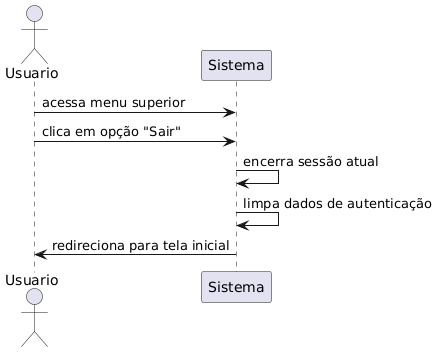
Euderlan/G4_CONSULTA_DOCUMENTOS keeps this PlantUML diagram as Diagramas/Sequência/Sequência - logout.png. Above is the earlier version. The source it was exported from:
```plantuml
@startuml
actor Usuario
participant "Sistema" as Sistema

Usuario -> Sistema : acessa menu superior
Usuario -> Sistema : clica em opção "Sair"
Sistema -> Sistema : encerra sessão atual
Sistema -> Sistema : limpa dados de autenticação
Sistema -> Usuario : redireciona para tela inicial
@enduml
```
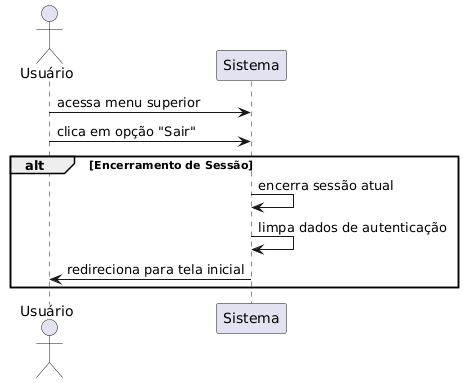
Above is the later version.

The edit, as a diff of the source:
```diff
@@ -1,10 +1,16 @@
 @startuml
-actor Usuario
-participant "Sistema" as Sistema
+actor Usuário
+participant Sistema
 
-Usuario -> Sistema : acessa menu superior
-Usuario -> Sistema : clica em opção "Sair"
-Sistema -> Sistema : encerra sessão atual
-Sistema -> Sistema : limpa dados de autenticação
-Sistema -> Usuario : redireciona para tela inicial
+Usuário -> Sistema: acessa menu superior
+Usuário -> Sistema: clica em opção "Sair"
+
+alt Encerramento de Sessão
+    Sistema -> Sistema: encerra sessão atual
+    Sistema -> Sistema: limpa dados de autenticação
+    Sistema -> Usuário: redireciona para tela inicial
+end
+
+actor Usuário
+participant Sistema
 @enduml
```
